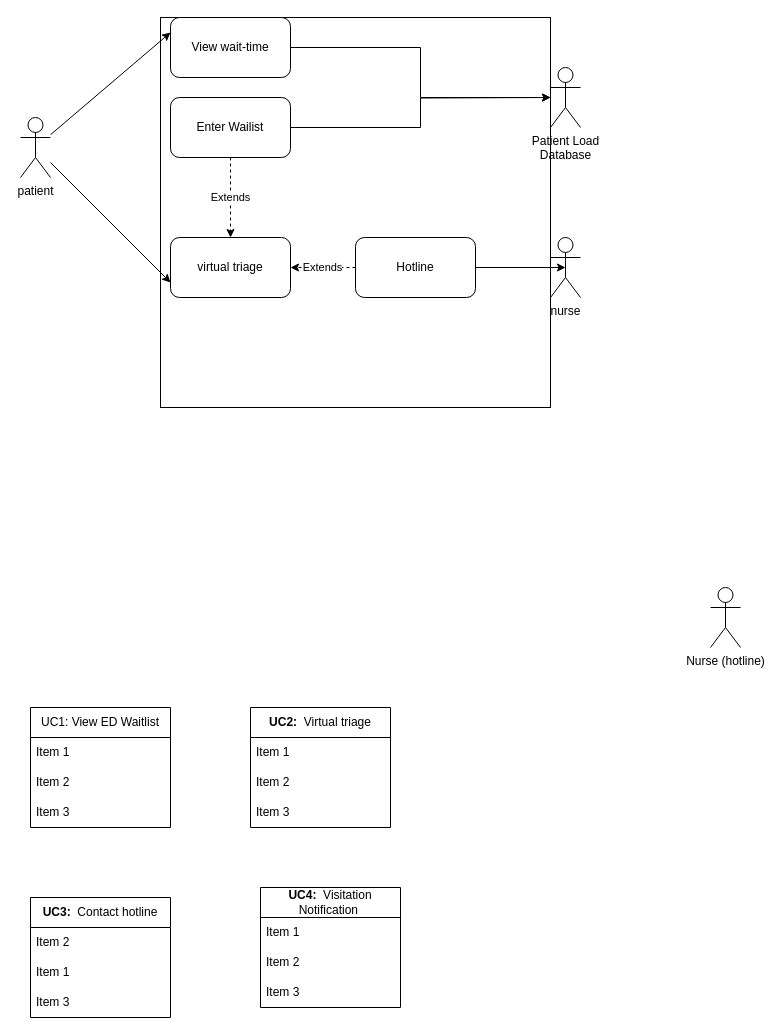
Above: images/m1.drawio in uvic-teach/project-m1-team1 (draw.io), before the change. Source tidied: cells renumbered, new cells numbered last; positions are measured from the earlier drawing's top-left corner, leaving out a move shared by most shapes. Both pictures are drawn from the tidied source at 100%, with x=0, y=0 at pixel (20, 17).
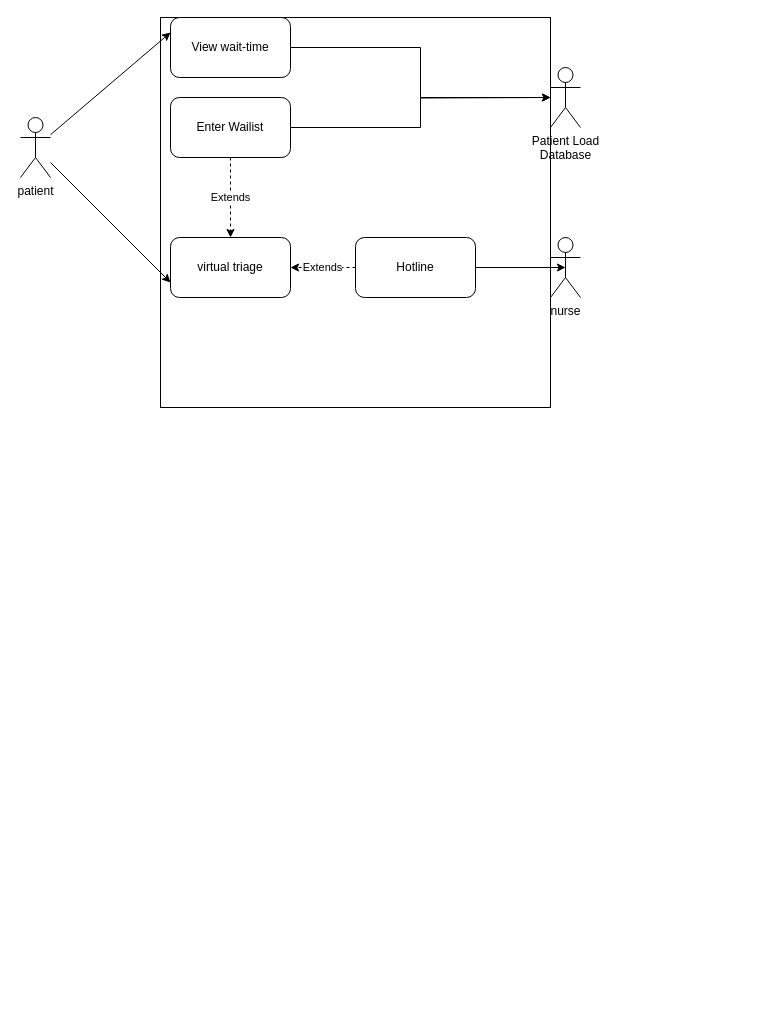
After the change.

What changed in the source:
```diff
@@
-    <mxCell id="3" value="UC1: View ED Waitlist" style="swimlane;fontStyle=0;horizontal=1;startSize=30;whiteSpace=wrap;html=1;" parent="1" vertex="1">
-      <mxGeometry x="10" y="690" width="140" height="120" as="geometry" />
-    </mxCell>
-    <mxCell id="4" value="Item 1" style="text;strokeColor=none;fillColor=none;align=left;verticalAlign=middle;spacingLeft=4;spacingRight=4;overflow=hidden;whiteSpace=wrap;html=1;" parent="3" vertex="1">
-      <mxGeometry y="30" width="140" height="30" as="geometry" />
-    </mxCell>
-    <mxCell id="5" value="Item 2" style="text;strokeColor=none;fillColor=none;align=left;verticalAlign=middle;spacingLeft=4;spacingRight=4;overflow=hidden;whiteSpace=wrap;html=1;" parent="3" vertex="1">
-      <mxGeometry y="60" width="140" height="30" as="geometry" />
-    </mxCell>
-    <mxCell id="6" value="Item 3" style="text;strokeColor=none;fillColor=none;align=left;verticalAlign=middle;spacingLeft=4;spacingRight=4;overflow=hidden;whiteSpace=wrap;html=1;" parent="3" vertex="1">
-      <mxGeometry y="90" width="140" height="30" as="geometry" />
-    </mxCell>
-    <mxCell id="7" value="&lt;b style=&quot;border-color: var(--border-color);&quot;&gt;UC3:&lt;/b&gt;&amp;nbsp; Contact hotline" style="swimlane;fontStyle=0;horizontal=1;startSize=30;whiteSpace=wrap;html=1;" parent="1" vertex="1">
-      <mxGeometry x="10" y="880" width="140" height="120" as="geometry" />
-    </mxCell>
-    <mxCell id="8" value="Item 2" style="text;strokeColor=none;fillColor=none;align=left;verticalAlign=middle;spacingLeft=4;spacingRight=4;overflow=hidden;whiteSpace=wrap;html=1;" parent="7" vertex="1">
-      <mxGeometry y="30" width="140" height="30" as="geometry" />
-    </mxCell>
-    <mxCell id="9" value="Item 1" style="text;strokeColor=none;fillColor=none;align=left;verticalAlign=middle;spacingLeft=4;spacingRight=4;overflow=hidden;whiteSpace=wrap;html=1;" parent="7" vertex="1">
-      <mxGeometry y="60" width="140" height="30" as="geometry" />
-    </mxCell>
-    <mxCell id="10" value="Item 3" style="text;strokeColor=none;fillColor=none;align=left;verticalAlign=middle;spacingLeft=4;spacingRight=4;overflow=hidden;whiteSpace=wrap;html=1;" parent="7" vertex="1">
-      <mxGeometry y="90" width="140" height="30" as="geometry" />
-    </mxCell>
-    <mxCell id="11" value="&lt;b style=&quot;border-color: var(--border-color);&quot;&gt;UC2:&lt;/b&gt;&amp;nbsp; Virtual triage" style="swimlane;fontStyle=0;horizontal=1;startSize=30;whiteSpace=wrap;html=1;" parent="1" vertex="1">
-      <mxGeometry x="230" y="690" width="140" height="120" as="geometry" />
-    </mxCell>
-    <mxCell id="12" value="Item 1" style="text;strokeColor=none;fillColor=none;align=left;verticalAlign=middle;spacingLeft=4;spacingRight=4;overflow=hidden;whiteSpace=wrap;html=1;" parent="11" vertex="1">
-      <mxGeometry y="30" width="140" height="30" as="geometry" />
-    </mxCell>
-    <mxCell id="13" value="Item 2" style="text;strokeColor=none;fillColor=none;align=left;verticalAlign=middle;spacingLeft=4;spacingRight=4;overflow=hidden;whiteSpace=wrap;html=1;" parent="11" vertex="1">
-      <mxGeometry y="60" width="140" height="30" as="geometry" />
-    </mxCell>
-    <mxCell id="14" value="Item 3" style="text;strokeColor=none;fillColor=none;align=left;verticalAlign=middle;spacingLeft=4;spacingRight=4;overflow=hidden;whiteSpace=wrap;html=1;" parent="11" vertex="1">
-      <mxGeometry y="90" width="140" height="30" as="geometry" />
-    </mxCell>
-    <mxCell id="15" value="&lt;b style=&quot;border-color: var(--border-color);&quot;&gt;UC4:&lt;/b&gt;&amp;nbsp; Visitation Notification&amp;nbsp;" style="swimlane;fontStyle=0;horizontal=1;startSize=30;whiteSpace=wrap;html=1;" parent="1" vertex="1">
-      <mxGeometry x="240" y="870" width="140" height="120" as="geometry" />
-    </mxCell>
-    <mxCell id="16" value="Item 1" style="text;strokeColor=none;fillColor=none;align=left;verticalAlign=middle;spacingLeft=4;spacingRight=4;overflow=hidden;whiteSpace=wrap;html=1;" parent="15" vertex="1">
-      <mxGeometry y="30" width="140" height="30" as="geometry" />
-    </mxCell>
-    <mxCell id="17" value="Item 2" style="text;strokeColor=none;fillColor=none;align=left;verticalAlign=middle;spacingLeft=4;spacingRight=4;overflow=hidden;whiteSpace=wrap;html=1;" parent="15" vertex="1">
-      <mxGeometry y="60" width="140" height="30" as="geometry" />
-    </mxCell>
-    <mxCell id="18" value="Item 3" style="text;strokeColor=none;fillColor=none;align=left;verticalAlign=middle;spacingLeft=4;spacingRight=4;overflow=hidden;whiteSpace=wrap;html=1;" parent="15" vertex="1">
-      <mxGeometry y="90" width="140" height="30" as="geometry" />
-    </mxCell>
@@
-    <mxCell id="22" value="Nurse (hotline)" style="shape=umlActor;verticalLabelPosition=bottom;verticalAlign=top;html=1;" parent="1" vertex="1">
-      <mxGeometry x="690" y="570" width="30" height="60" as="geometry" />
-    </mxCell>
```
